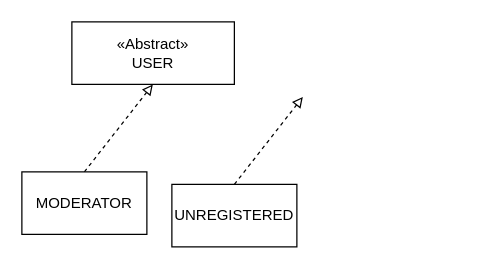
Earlier version of the draw.io diagram UML diagrams/UML class diagram.drawio (lorenzoceccanti/pixelindex). Source tidied: cells renumbered, new cells numbered last; positions are measured from the earlier drawing's top-left corner, leaving out a move shared by most shapes. Both pictures are drawn from the tidied source at 125%, with x=0, y=0 at pixel (21, 21).
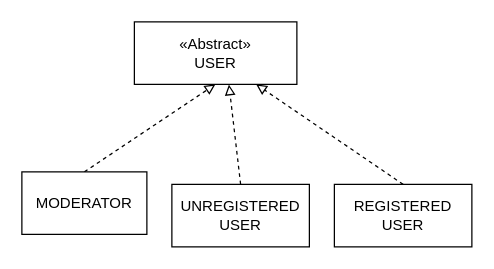
The same page after the edit.

What changed in the source:
```diff
@@
 <mxGraphModel>
   <root>
     <mxCell id="0" />
     <mxCell id="1" parent="0" />
     <mxCell id="2" value="«Abstract»&lt;br&gt;USER" style="rounded=0;whiteSpace=wrap;html=1;" parent="1" vertex="1">
-      <mxGeometry x="40" width="130" height="50" as="geometry" />
+      <mxGeometry x="90" width="130" height="50" as="geometry" />
     </mxCell>
     <mxCell id="3" style="endArrow=block;html=1;rounded=0;endFill=0;dashed=1;exitX=0.5;exitY=0;exitDx=0;exitDy=0;" parent="1" edge="1" source="4">
       <mxGeometry relative="1" as="geometry">
-        <mxPoint x="104.8" y="50" as="targetPoint" />
+        <mxPoint x="154.8" y="50" as="targetPoint" />
       </mxGeometry>
     </mxCell>
     <mxCell id="4" value="MODERATOR" style="rounded=0;whiteSpace=wrap;html=1;" parent="1" vertex="1">
       <mxGeometry y="120" width="100" height="50" as="geometry" />
     </mxCell>
-    <mxCell id="5" style="endArrow=block;html=1;rounded=0;endFill=0;dashed=1;exitX=0.5;exitY=0;exitDx=0;exitDy=0;" parent="1" edge="1" source="6">
-      <mxGeometry relative="1" as="geometry">
-        <mxPoint x="224.8" y="60" as="targetPoint" />
-      </mxGeometry>
+    <mxCell id="5" style="endArrow=block;html=1;rounded=0;endFill=0;dashed=1;exitX=0.5;exitY=0;exitDx=0;exitDy=0;entryX=0.582;entryY=1.004;entryDx=0;entryDy=0;entryPerimeter=0;" parent="1" edge="1" source="6" target="2">
+      <mxGeometry relative="1" as="geometry" />
     </mxCell>
-    <mxCell id="6" value="UNREGISTERED" style="rounded=0;whiteSpace=wrap;html=1;" parent="1" vertex="1">
-      <mxGeometry x="120" y="130" width="100" height="50" as="geometry" />
+    <mxCell id="6" value="UNREGISTERED&lt;br&gt;USER" style="rounded=0;whiteSpace=wrap;html=1;" parent="1" vertex="1">
+      <mxGeometry x="120" y="130" width="110" height="50" as="geometry" />
     </mxCell>
+    <mxCell id="7" style="endArrow=block;html=1;rounded=0;endFill=0;dashed=1;exitX=0.5;exitY=0;exitDx=0;exitDy=0;entryX=0.75;entryY=1;entryDx=0;entryDy=0;" parent="1" edge="1" source="8" target="2">
+      <mxGeometry relative="1" as="geometry" />
+    </mxCell>
+    <mxCell id="8" value="REGISTERED&lt;br&gt;USER" style="rounded=0;whiteSpace=wrap;html=1;" parent="1" vertex="1">
+      <mxGeometry x="250" y="130" width="110" height="50" as="geometry" />
+    </mxCell>
   </root>
 </mxGraphModel>
```
